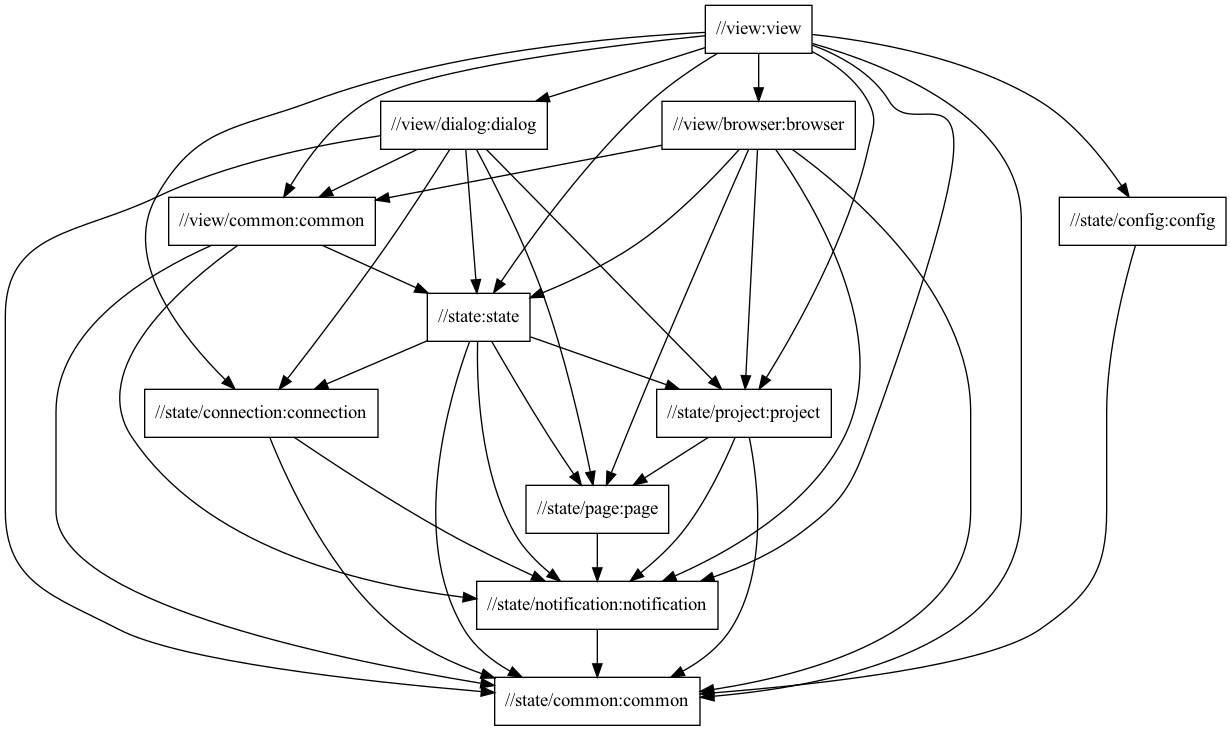
Earlier version of the Graphviz export docs/package-structure.png (typedb/typedb-studio). Its source is kept beside it as docs/package-structure.dot.
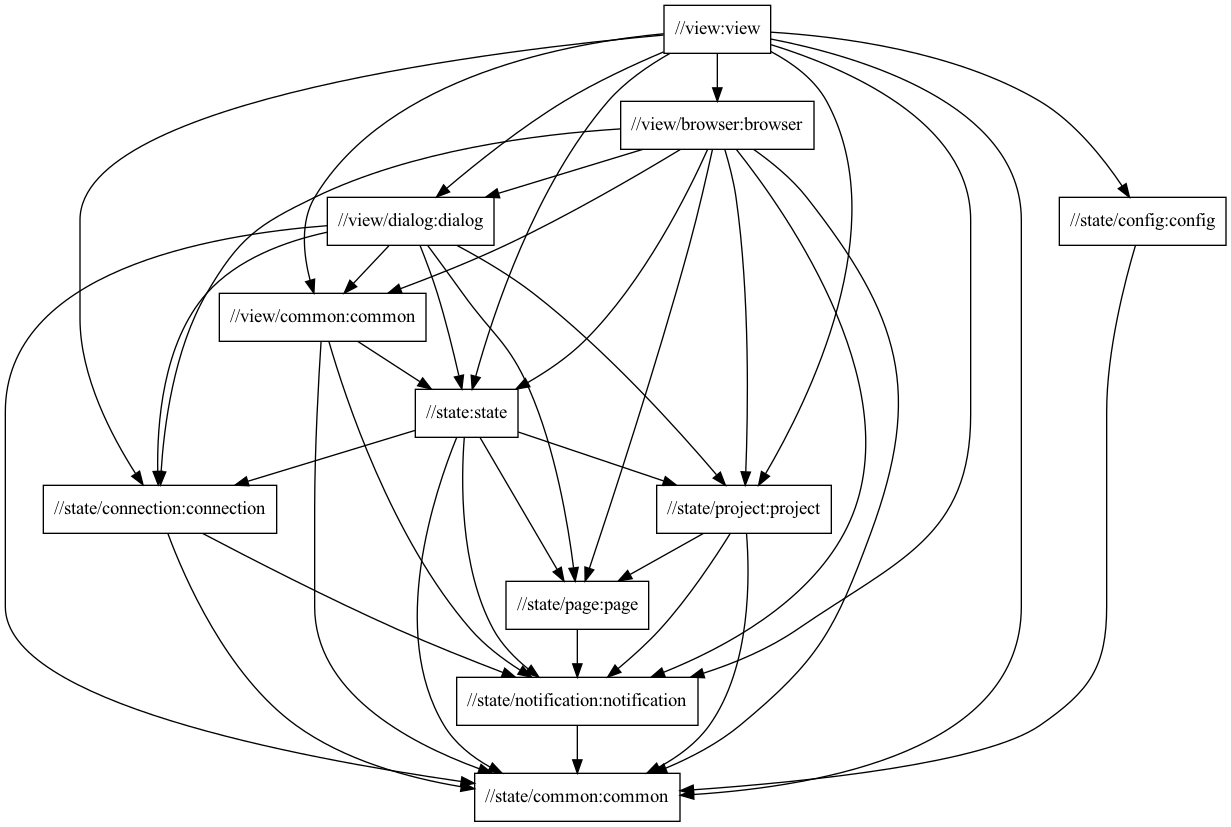
After the commit.

Commit message:
Update package structure diagram

Diff of the diagram source:
```diff
@@ -1,8 +1,8 @@
 digraph mygraph {
   node [shape=box];
   "//view:view"
+  "//view:view" -> "//view/common:common"
   "//view:view" -> "//view/dialog:dialog"
-  "//view:view" -> "//view/common:common"
   "//view:view" -> "//view/browser:browser"
   "//view:view" -> "//state:state"
   "//view:view" -> "//state/common:common"
@@ -10,15 +10,17 @@
   "//view:view" -> "//state/connection:connection"
   "//view:view" -> "//state/notification:notification"
   "//view:view" -> "//state/project:project"
+  "//state/config:config"
+  "//state/config:config" -> "//state/common:common"
   "//view/browser:browser"
   "//view/browser:browser" -> "//state:state"
   "//view/browser:browser" -> "//state/common:common"
+  "//view/browser:browser" -> "//state/connection:connection"
   "//view/browser:browser" -> "//state/notification:notification"
   "//view/browser:browser" -> "//state/page:page"
   "//view/browser:browser" -> "//state/project:project"
   "//view/browser:browser" -> "//view/common:common"
-  "//state/config:config"
-  "//state/config:config" -> "//state/common:common"
+  "//view/browser:browser" -> "//view/dialog:dialog"
   "//view/dialog:dialog"
   "//view/dialog:dialog" -> "//state:state"
   "//view/dialog:dialog" -> "//state/common:common"
@@ -36,15 +38,15 @@
   "//state:state" -> "//state/notification:notification"
   "//state:state" -> "//state/page:page"
   "//state:state" -> "//state/project:project"
-  "//state/connection:connection"
-  "//state/connection:connection" -> "//state/common:common"
-  "//state/connection:connection" -> "//state/notification:notification"
   "//state/project:project"
   "//state/project:project" -> "//state/common:common"
   "//state/project:project" -> "//state/notification:notification"
   "//state/project:project" -> "//state/page:page"
   "//state/page:page"
   "//state/page:page" -> "//state/notification:notification"
+  "//state/connection:connection"
+  "//state/connection:connection" -> "//state/common:common"
+  "//state/connection:connection" -> "//state/notification:notification"
   "//state/notification:notification"
   "//state/notification:notification" -> "//state/common:common"
   "//state/common:common"
```
